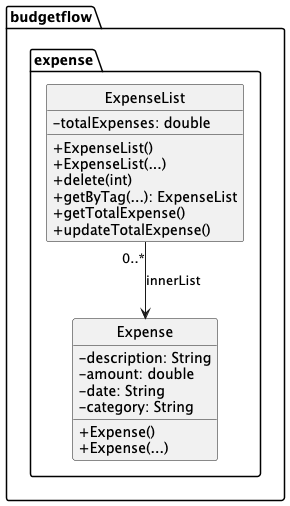
Above: docs/images/Expense_component.png in thienkimtranhoang/tp (PlantUML), before the change. Its diagram source:
```plantuml
@startuml
hide circle
skinparam classAttributeIconSize 0
package budgetflow.expense {
    class Expense {
        -description: String
        -amount: double
        -date: String
        -category: String
        +Expense()
        +Expense(...)
    }
    class ExpenseList {
        -totalExpenses: double
        +ExpenseList()
        +ExpenseList(...)
        +delete(int)
        +getByTag(...): ExpenseList
        +getTotalExpense()
        +updateTotalExpense()
    }
}
ExpenseList --> Expense: "0..*" innerList
@enduml
```
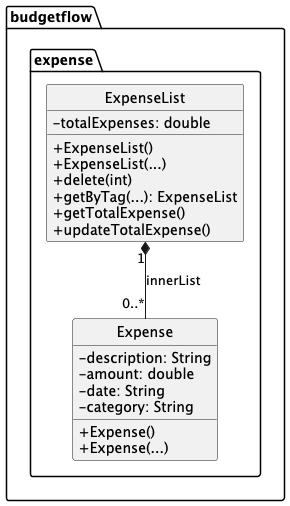
After the change.

Diff of the diagram source:
```diff
@@ -20,5 +20,5 @@
         +updateTotalExpense()
     }
 }
-ExpenseList --> Expense: "0..*" innerList
+ExpenseList "1" *-- "0..*" Expense :  innerList
 @enduml
```
